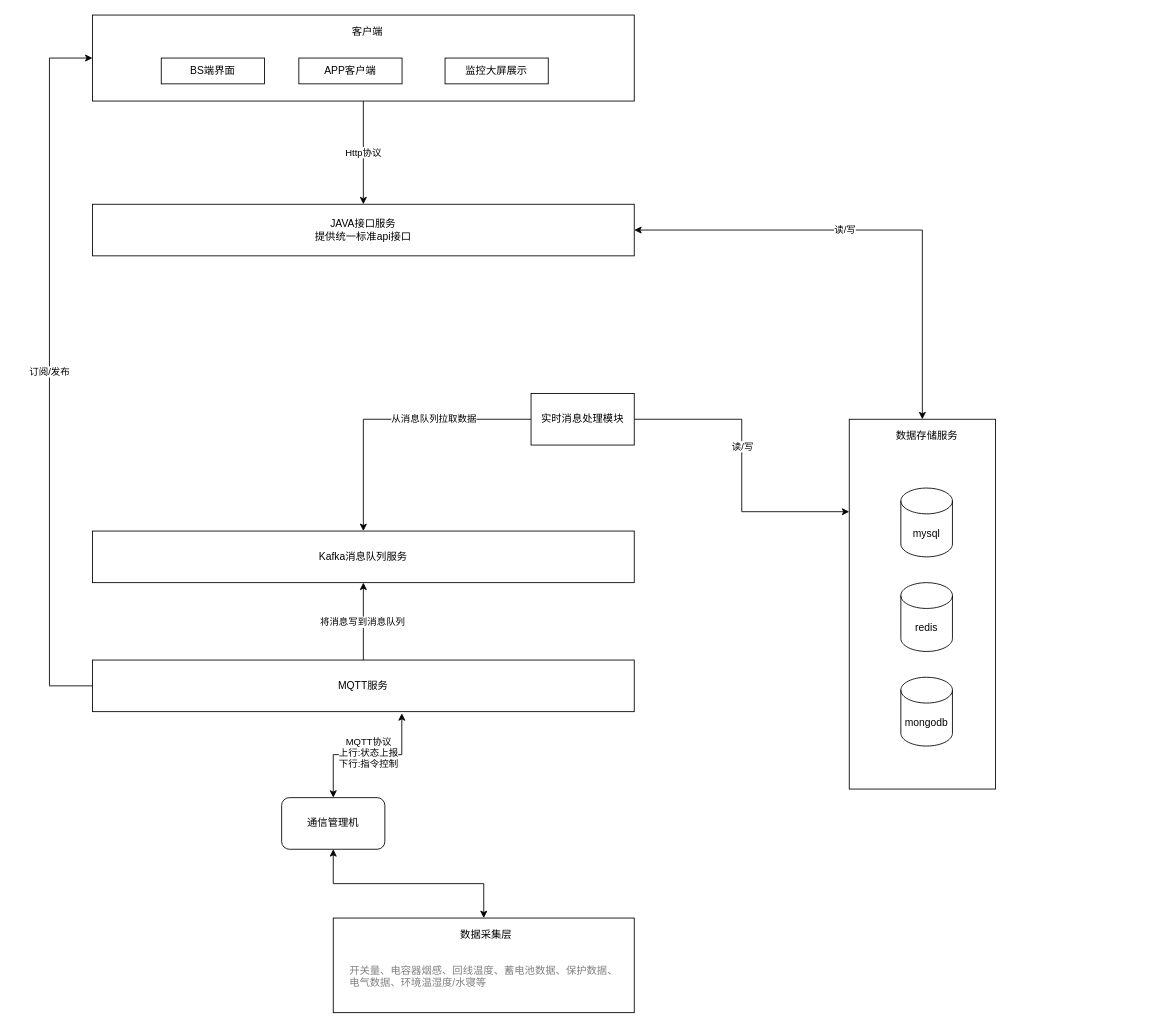
Above: 上海金桥项目架构分解图.drawio in wangyufei0807/draw (draw.io), before the change. Source tidied: cells renumbered, new cells numbered last; positions are measured from the earlier drawing's top-left corner, leaving out a move shared by most shapes. Both pictures are drawn from the tidied source at 86%, with x=0, y=0 at pixel (49, 15).
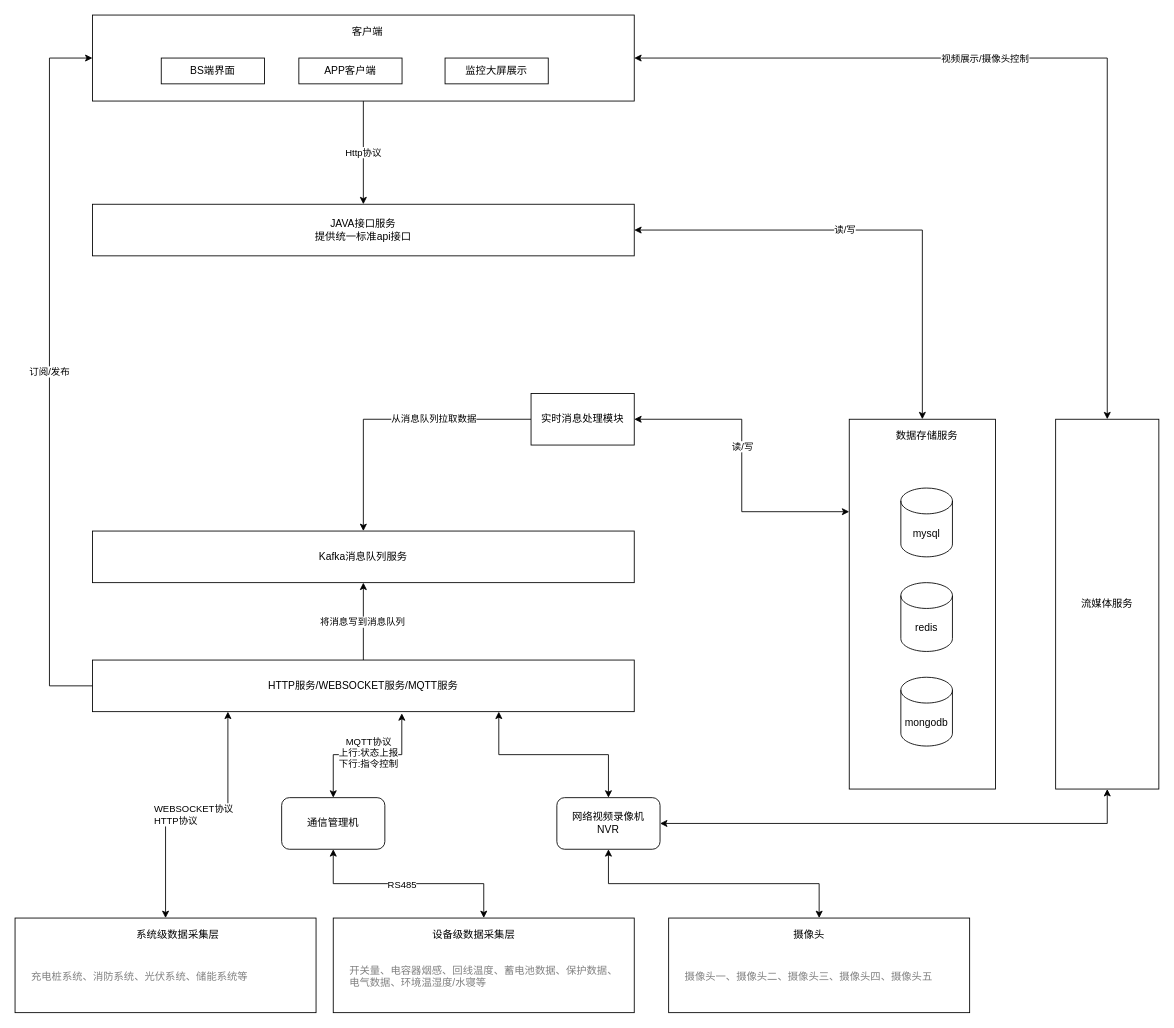
After the change.

Commit message (it also covers changes not shown here):
Update 上海金桥项目架构分解图.drawio

Unchanged cells that the change refers to:
```xml
<mxCell id="2" style="group;" parent="1" vertex="1">
  <mxGeometry x="330" y="1050" width="350" height="110" as="geometry" />
</mxCell>
<mxCell id="12" style="edgeStyle=orthogonalEdgeStyle;rounded=0;jettySize=auto;html=1;exitX=0.5;exitY=0;exitDx=0;exitDy=0;entryX=0.5;entryY=1;entryDx=0;entryDy=0;startArrow=classic;startFill=1;" parent="1" edge="1" source="3" target="11">
  <mxGeometry relative="1" as="geometry" />
</mxCell>
<mxCell id="15" style="rounded=0;whiteSpace=wrap;html=1;" parent="14" vertex="1">
  <mxGeometry x="30" width="170" height="430" as="geometry" />
</mxCell>
<mxCell id="24" value="实时消息处理模块" style="rounded=0;whiteSpace=wrap;html=1;" parent="1" vertex="1">
  <mxGeometry x="560" y="440" width="120" height="60" as="geometry" />
</mxCell>
<mxCell id="30" style="rounded=0;whiteSpace=wrap;html=1;" parent="1" vertex="1">
  <mxGeometry x="50" width="630" height="100" as="geometry" />
</mxCell>
```

Change to the diagram source:
```diff
@@
-    <mxCell id="4" value="数据采集层" style="text;html=1;strokeColor=none;fillColor=none;align=center;verticalAlign=middle;whiteSpace=wrap;rounded=0;" parent="2" vertex="1">
-      <mxGeometry x="139" y="11.8" width="77.6" height="15.7" as="geometry" />
+    <mxCell id="4" value="设备级数据采集层" style="text;html=1;strokeColor=none;fillColor=none;align=center;verticalAlign=middle;whiteSpace=wrap;rounded=0;" parent="2" vertex="1">
+      <mxGeometry x="110" y="11.8" width="106.6" height="15.7" as="geometry" />
     </mxCell>
@@
-    <mxCell id="8" value="MQTT服务" style="rounded=0;whiteSpace=wrap;html=1;" parent="1" vertex="1">
+    <mxCell id="8" value="HTTP服务/WEBSOCKET服务/MQTT服务" style="rounded=0;whiteSpace=wrap;html=1;" parent="1" vertex="1">
       <mxGeometry x="50" y="750" width="630" height="60" as="geometry" />
     </mxCell>
@@
+    <mxCell id="35" value="RS485" style="edgeLabel;html=1;align=center;verticalAlign=middle;fontColor=#000000;" parent="12" vertex="1">
+      <mxGeometry x="0.07" y="1" relative="1" as="geometry" />
+    </mxCell>
@@
-    <mxCell id="22" style="edgeStyle=orthogonalEdgeStyle;rounded=0;jettySize=auto;html=1;exitX=1;exitY=0.5;exitDx=0;exitDy=0;entryX=0;entryY=0.25;entryDx=0;entryDy=0;startArrow=none;startFill=0;" parent="1" edge="1" source="24" target="15">
+    <mxCell id="22" style="edgeStyle=orthogonalEdgeStyle;rounded=0;jettySize=auto;html=1;exitX=1;exitY=0.5;exitDx=0;exitDy=0;entryX=0;entryY=0.25;entryDx=0;entryDy=0;startArrow=classic;startFill=1;" parent="1" edge="1" source="24" target="15">
       <mxGeometry relative="1" as="geometry" />
     </mxCell>
@@
+    <mxCell id="36" style="group;" parent="1" vertex="1">
+      <mxGeometry x="-40" y="1050" width="350" height="110" as="geometry" />
+    </mxCell>
+    <mxCell id="37" style="rounded=0;whiteSpace=wrap;html=1;" parent="36" vertex="1">
+      <mxGeometry width="350" height="110" as="geometry" />
+    </mxCell>
+    <mxCell id="38" value="系统级数据采集层" style="text;html=1;strokeColor=none;fillColor=none;align=center;verticalAlign=middle;whiteSpace=wrap;rounded=0;" parent="36" vertex="1">
+      <mxGeometry x="139" y="11.8" width="101" height="15.7" as="geometry" />
+    </mxCell>
+    <mxCell id="39" value="充电桩系统、消防系统、光伏系统、储能系统等" style="text;html=1;strokeColor=none;fillColor=none;align=left;verticalAlign=middle;whiteSpace=wrap;rounded=0;fontColor=#808080;" parent="36" vertex="1">
+      <mxGeometry x="16.9" y="60" width="321.8" height="15.7" as="geometry" />
+    </mxCell>
+    <mxCell id="40" style="edgeStyle=orthogonalEdgeStyle;rounded=0;jettySize=auto;html=1;exitX=0.5;exitY=0;exitDx=0;exitDy=0;entryX=0.25;entryY=1;entryDx=0;entryDy=0;startArrow=classic;startFill=1;endArrow=classic;endFill=1;fontColor=#808080;" parent="1" edge="1" source="37" target="8">
+      <mxGeometry relative="1" as="geometry" />
+    </mxCell>
+    <mxCell id="41" value="WEBSOCKET协议&lt;br&gt;HTTP协议&lt;br&gt;" style="edgeLabel;html=1;align=left;verticalAlign=middle;" parent="40" vertex="1">
+      <mxGeometry x="-0.15" y="1" relative="1" as="geometry">
+        <mxPoint x="-28" as="offset" />
+      </mxGeometry>
+    </mxCell>
+    <mxCell id="42" style="edgeStyle=orthogonalEdgeStyle;rounded=0;jettySize=auto;html=1;exitX=0.5;exitY=0;exitDx=0;exitDy=0;entryX=1;entryY=0.5;entryDx=0;entryDy=0;startArrow=classic;startFill=1;endArrow=classic;endFill=1;fontColor=#000000;" parent="1" edge="1" source="44" target="30">
+      <mxGeometry relative="1" as="geometry" />
+    </mxCell>
+    <mxCell id="43" value="视频展示/摄像头控制" style="edgeLabel;html=1;align=center;verticalAlign=middle;fontColor=#000000;" parent="42" vertex="1">
+      <mxGeometry x="0.16" relative="1" as="geometry" />
+    </mxCell>
+    <mxCell id="44" value="流媒体服务" style="rounded=0;whiteSpace=wrap;html=1;fontColor=#000000;align=center;" parent="1" vertex="1">
+      <mxGeometry x="1170" y="470" width="120" height="430" as="geometry" />
+    </mxCell>
+    <mxCell id="45" style="group;" parent="1" vertex="1">
+      <mxGeometry x="720" y="1050" width="350" height="110" as="geometry" />
+    </mxCell>
+    <mxCell id="46" style="rounded=0;whiteSpace=wrap;html=1;" parent="45" vertex="1">
+      <mxGeometry width="350" height="110" as="geometry" />
+    </mxCell>
+    <mxCell id="47" value="摄像头" style="text;html=1;strokeColor=none;fillColor=none;align=center;verticalAlign=middle;whiteSpace=wrap;rounded=0;" parent="45" vertex="1">
+      <mxGeometry x="110" y="11.8" width="106.6" height="15.7" as="geometry" />
+    </mxCell>
+    <mxCell id="48" value="摄像头一、摄像头二、摄像头三、摄像头四、摄像头五" style="text;html=1;strokeColor=none;fillColor=none;align=left;verticalAlign=middle;whiteSpace=wrap;rounded=0;fontColor=#808080;" parent="45" vertex="1">
+      <mxGeometry x="16.9" y="60" width="321.8" height="15.7" as="geometry" />
+    </mxCell>
+    <mxCell id="49" style="edgeStyle=orthogonalEdgeStyle;rounded=0;jettySize=auto;html=1;exitX=0.5;exitY=0;exitDx=0;exitDy=0;entryX=0.75;entryY=1;entryDx=0;entryDy=0;startArrow=classic;startFill=1;endArrow=classic;endFill=1;fontColor=#000000;" parent="1" edge="1" source="51" target="8">
+      <mxGeometry relative="1" as="geometry" />
+    </mxCell>
+    <mxCell id="50" style="edgeStyle=orthogonalEdgeStyle;rounded=0;jettySize=auto;html=1;exitX=1;exitY=0.5;exitDx=0;exitDy=0;entryX=0.5;entryY=1;entryDx=0;entryDy=0;startArrow=classic;startFill=1;endArrow=classic;endFill=1;fontColor=#000000;" parent="1" edge="1" source="51" target="44">
+      <mxGeometry relative="1" as="geometry" />
+    </mxCell>
+    <mxCell id="51" value="网络视频录像机&lt;br&gt;NVR" style="rounded=1;whiteSpace=wrap;html=1;" parent="1" vertex="1">
+      <mxGeometry x="590" y="910" width="120" height="60" as="geometry" />
+    </mxCell>
+    <mxCell id="52" style="edgeStyle=orthogonalEdgeStyle;rounded=0;jettySize=auto;html=1;exitX=0.5;exitY=0;exitDx=0;exitDy=0;startArrow=classic;startFill=1;endArrow=classic;endFill=1;fontColor=#000000;" parent="1" edge="1" source="46" target="51">
+      <mxGeometry relative="1" as="geometry" />
+    </mxCell>
```
